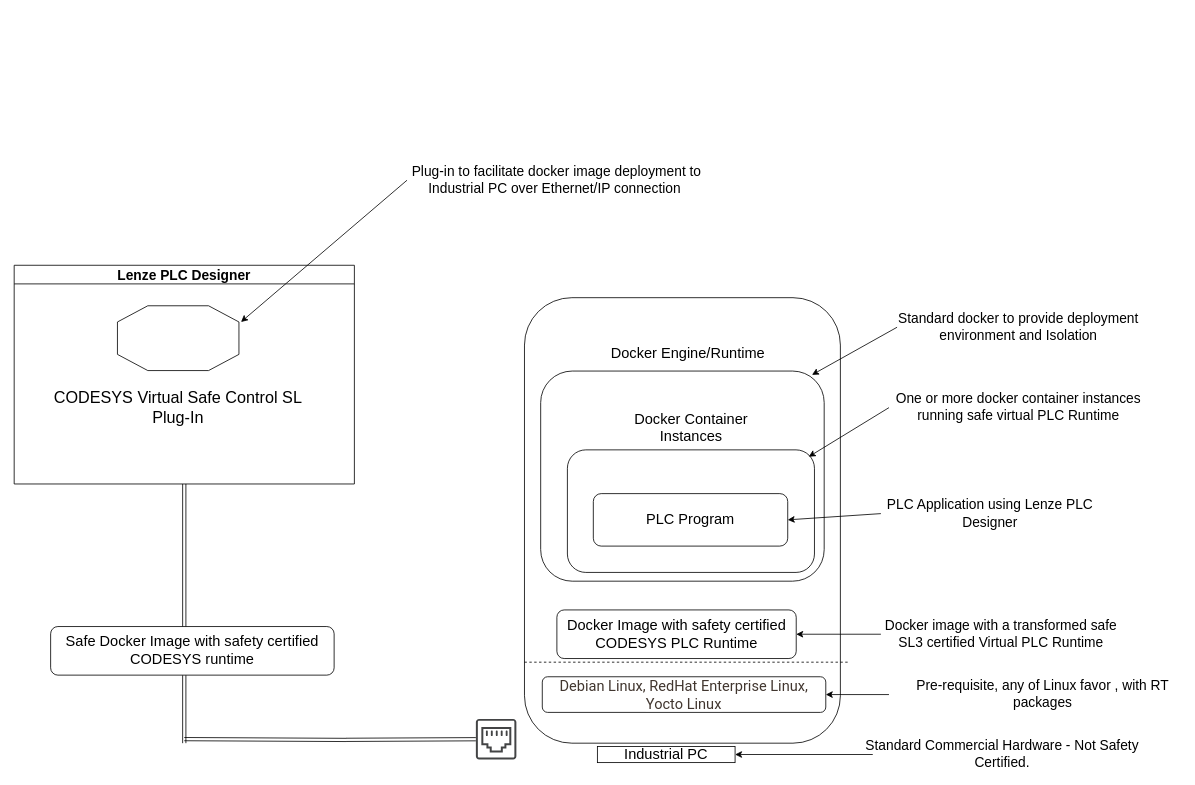
praful-hunde/Diagrams keeps this draw.io diagram as CODESYS Virtual Safe Control SL.drawio. Above is the earlier version. Source tidied: cells renumbered, new cells numbered last; positions are measured from the earlier drawing's top-left corner, leaving out a move shared by most shapes. Both pictures are drawn from the tidied source at 81%, with x=0, y=0 at pixel (14, 151).
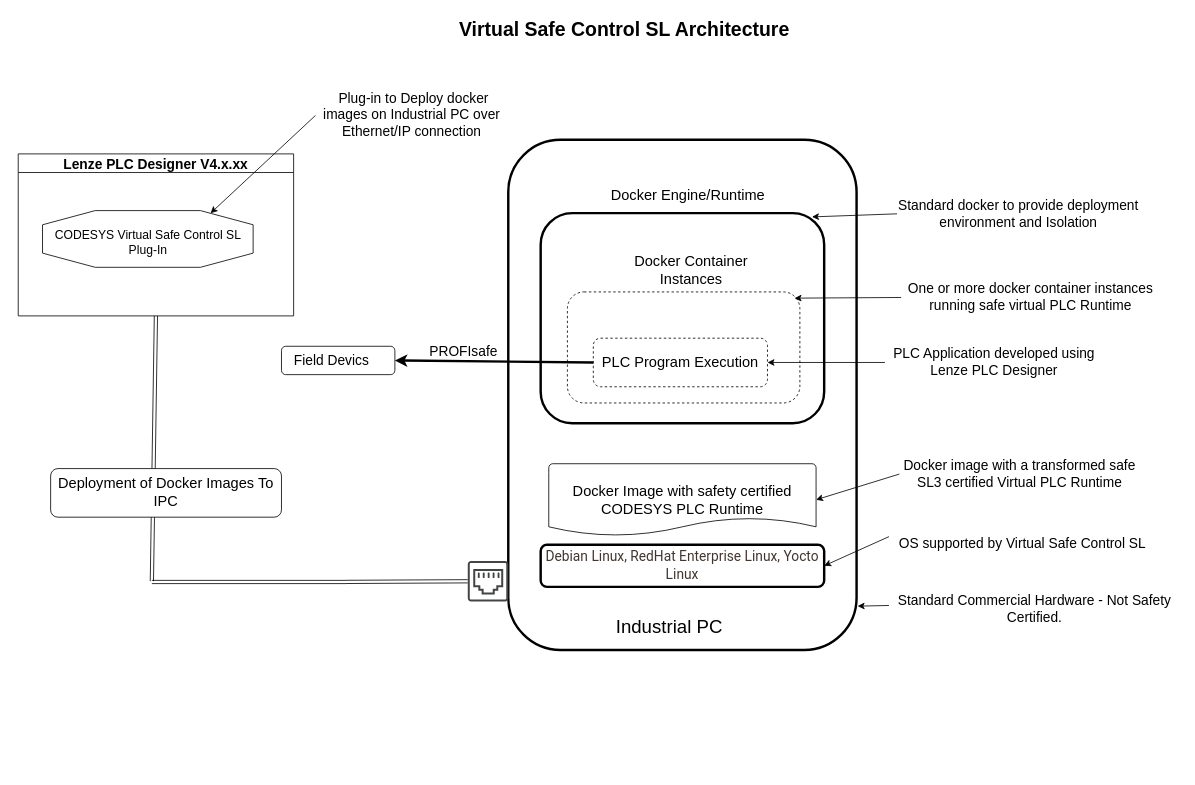
Above is the later version.

Diff of the diagram source:
```diff
@@
-<mxGraphModel>
+<mxGraphModel background="#ffffff">
@@
-    <mxCell id="2" style="rounded=1;whiteSpace=wrap;html=1;" parent="1" vertex="1">
-      <mxGeometry x="630" y="180" width="390" height="550" as="geometry" />
+    <mxCell id="2" style="rounded=1;whiteSpace=wrap;html=1;labelBackgroundColor=none;strokeWidth=3;strokeColor=light-dark(#000000,#0066CC);" parent="1" vertex="1">
+      <mxGeometry x="610" y="-15" width="430" height="630" as="geometry" />
     </mxCell>
-    <mxCell id="3" value="Lenze PLC Designer" style="swimlane;fontSize=17;" parent="1" vertex="1">
-      <mxGeometry y="140" width="420" height="270" as="geometry" />
+    <mxCell id="3" value="Lenze PLC Designer V4.x.xx" style="swimlane;fontSize=17;labelBackgroundColor=none;" parent="1" vertex="1">
+      <mxGeometry x="5" y="2.5" width="340" height="200" as="geometry" />
     </mxCell>
+    <mxCell id="36" style="group;labelBackgroundColor=none;" parent="3" vertex="1">
+      <mxGeometry x="30" y="70" width="260" height="70" as="geometry" />
+    </mxCell>
-    <mxCell id="4" value="&lt;h2 style=&quot;text-wrap-mode: wrap; box-sizing: border-box; font-family: Montserrat, sans-serif; line-height: 1.1; color: rgb(51, 51, 51); margin-top: 20px; margin-bottom: 10px; text-align: start; background-color: rgb(255, 255, 255);&quot;&gt;&lt;br&gt;&lt;/h2&gt;" style="verticalLabelPosition=bottom;verticalAlign=top;html=1;shape=mxgraph.basic.polygon;polyCoords=[[0.25,0],[0.75,0],[1,0.25],[1,0.75],[0.75,1],[0.25,1],[0,0.75],[0,0.25]];polyline=0;" parent="3" vertex="1">
-      <mxGeometry x="127.5" y="50" width="150" height="80" as="geometry" />
+    <mxCell id="4" value="&lt;h2 style=&quot;text-wrap-mode: wrap; box-sizing: border-box; font-family: Montserrat, sans-serif; line-height: 1.1; color: rgb(51, 51, 51); margin-top: 20px; margin-bottom: 10px; text-align: start; background-color: rgb(255, 255, 255);&quot;&gt;&lt;br&gt;&lt;/h2&gt;" style="verticalLabelPosition=bottom;verticalAlign=top;html=1;shape=mxgraph.basic.polygon;polyCoords=[[0.25,0],[0.75,0],[1,0.25],[1,0.75],[0.75,1],[0.25,1],[0,0.75],[0,0.25]];polyline=0;labelBackgroundColor=none;" parent="36" vertex="1">
+      <mxGeometry width="260" height="70" as="geometry" />
     </mxCell>
-    <mxCell id="5" value="CODESYS Virtual Safe Control SL Plug-In" style="text;html=1;align=center;verticalAlign=middle;whiteSpace=wrap;rounded=0;fontSize=20;" parent="3" vertex="1">
-      <mxGeometry x="45" y="150" width="315" height="50" as="geometry" />
+    <mxCell id="5" value="CODESYS Virtual Safe Control SL Plug-In" style="text;html=1;align=center;verticalAlign=middle;whiteSpace=wrap;rounded=0;fontSize=15;labelBackgroundColor=none;" parent="36" vertex="1">
+      <mxGeometry x="11.2" y="15.6" width="239.2" height="45.7" as="geometry" />
     </mxCell>
-    <mxCell id="6" value="Industrial PC" style="text;html=1;align=center;verticalAlign=middle;whiteSpace=wrap;rounded=0;fontSize=18;strokeColor=default;" parent="1" vertex="1">
-      <mxGeometry x="720" y="734" width="170" height="20" as="geometry" />
-    </mxCell>
-    <mxCell id="7" style="shape=link;html=1;rounded=0;exitX=0.5;exitY=1;exitDx=0;exitDy=0;" parent="1" edge="1" source="3">
+    <mxCell id="7" style="shape=link;html=1;rounded=0;exitX=0.5;exitY=1;exitDx=0;exitDy=0;labelBackgroundColor=none;fontColor=default;" parent="1" edge="1" source="3">
       <mxGeometry relative="1" as="geometry">
-        <mxPoint x="210" y="730" as="targetPoint" />
+        <mxPoint x="170" y="530" as="targetPoint" />
       </mxGeometry>
     </mxCell>
-    <mxCell id="8" style="shape=link;html=1;rounded=0;" parent="1" edge="1" target="9">
+    <mxCell id="8" style="shape=link;html=1;rounded=0;labelBackgroundColor=none;fontColor=default;" parent="1" edge="1" target="41">
       <mxGeometry relative="1" as="geometry">
-        <mxPoint x="409.8" y="725.9" as="sourcePoint" />
+        <mxPoint x="409.8" y="530.9" as="sourcePoint" />
       </mxGeometry>
     </mxCell>
-    <mxCell id="9" style="sketch=0;shadow=0;dashed=0;html=1;strokeColor=none;fillColor=#434445;labelPosition=center;verticalLabelPosition=bottom;verticalAlign=top;align=center;outlineConnect=0;shape=mxgraph.vvd.ethernet_port;" parent="1" vertex="1">
-      <mxGeometry x="570" y="700" width="50" height="50" as="geometry" />
-    </mxCell>
-    <mxCell id="10" style="edgeStyle=orthogonalEdgeStyle;rounded=0;orthogonalLoop=1;jettySize=auto;html=1;" parent="1" edge="1">
+    <mxCell id="10" style="edgeStyle=orthogonalEdgeStyle;rounded=0;orthogonalLoop=1;jettySize=auto;html=1;labelBackgroundColor=none;fontColor=default;" parent="1" edge="1">
       <mxGeometry relative="1" as="geometry">
-        <mxPoint x="830" y="330" as="sourcePoint" />
-        <mxPoint x="830" y="320" as="targetPoint" />
+        <mxPoint x="830" y="135" as="sourcePoint" />
+        <mxPoint x="830" y="125" as="targetPoint" />
       </mxGeometry>
     </mxCell>
-    <mxCell id="11" value="&lt;span style=&quot;color: rgb(65, 54, 47); font-family: Roboto, Helvetica, Arial, sans-serif; text-align: start; background-color: rgb(255, 255, 255);&quot;&gt;&lt;font style=&quot;font-size: 18px;&quot;&gt;Debian Linux, RedHat Enterprise Linux, Yocto Linux&lt;/font&gt;&lt;/span&gt;" style="rounded=1;whiteSpace=wrap;html=1;fontSize=14;" parent="1" vertex="1">
-      <mxGeometry x="652" y="648" width="350" height="44" as="geometry" />
+    <mxCell id="11" value="&lt;span style=&quot;color: rgb(65, 54, 47); font-family: Roboto, Helvetica, Arial, sans-serif; text-align: start; background-color: rgb(255, 255, 255);&quot;&gt;&lt;font&gt;Debian Linux, RedHat Enterprise Linux, Yocto Linux&lt;/font&gt;&lt;/span&gt;" style="rounded=1;whiteSpace=wrap;html=1;fontSize=17;strokeWidth=3;labelBackgroundColor=none;strokeColor=light-dark(#000000,#0066CC);" parent="1" vertex="1">
+      <mxGeometry x="650" y="485" width="350" height="52" as="geometry" />
     </mxCell>
-    <mxCell id="12" style="endArrow=none;dashed=1;html=1;rounded=0;exitX=0;exitY=0.75;exitDx=0;exitDy=0;entryX=1;entryY=0.75;entryDx=0;entryDy=0;" parent="1" edge="1">
-      <mxGeometry relative="1" as="geometry">
-        <mxPoint x="630" y="630" as="sourcePoint" />
-        <mxPoint x="1030" y="630" as="targetPoint" />
-      </mxGeometry>
-    </mxCell>
-    <mxCell id="13" value="&lt;font style=&quot;font-size: 18px;&quot;&gt;Safe Docker Image with safety certified CODESYS runtime&lt;/font&gt;" style="rounded=1;whiteSpace=wrap;html=1;fontSize=14;" parent="1" vertex="1">
-      <mxGeometry x="45" y="586" width="350" height="60" as="geometry" />
+    <mxCell id="13" value="&lt;font style=&quot;font-size: 18px;&quot;&gt;Deployment of Docker Images To IPC&lt;/font&gt;" style="rounded=1;whiteSpace=wrap;html=1;fontSize=14;labelBackgroundColor=none;" parent="1" vertex="1">
+      <mxGeometry x="45" y="391" width="285" height="60" as="geometry" />
     </mxCell>
-    <mxCell id="14" style="shape=link;html=1;rounded=0;" parent="1" edge="1">
+    <mxCell id="14" style="shape=link;html=1;rounded=0;labelBackgroundColor=none;fontColor=default;" parent="1" edge="1">
       <mxGeometry relative="1" as="geometry">
-        <mxPoint x="210" y="725" as="sourcePoint" />
-        <mxPoint x="410" y="726" as="targetPoint" />
+        <mxPoint x="170" y="531" as="sourcePoint" />
+        <mxPoint x="410" y="531" as="targetPoint" />
       </mxGeometry>
     </mxCell>
-    <mxCell id="15" style="endArrow=classic;html=1;rounded=0;entryX=1;entryY=0.5;entryDx=0;entryDy=0;" parent="1" edge="1" target="11">
+    <mxCell id="15" style="endArrow=classic;html=1;rounded=0;entryX=1;entryY=0.5;entryDx=0;entryDy=0;labelBackgroundColor=none;fontColor=default;" parent="1" edge="1" target="11">
       <mxGeometry relative="1" as="geometry">
-        <mxPoint x="1080" y="670" as="sourcePoint" />
+        <mxPoint x="1080" y="475" as="sourcePoint" />
       </mxGeometry>
     </mxCell>
-    <mxCell id="16" value="Pre-requisite, any of Linux favor , with RT packages" style="text;html=1;align=center;verticalAlign=middle;whiteSpace=wrap;rounded=0;fontSize=17;" parent="1" vertex="1">
-      <mxGeometry x="1100" y="650" width="340" height="40" as="geometry" />
+    <mxCell id="16" value="OS supported by Virtual Safe Control SL" style="text;html=1;align=center;verticalAlign=middle;whiteSpace=wrap;rounded=0;fontSize=17;labelBackgroundColor=none;" parent="1" vertex="1">
+      <mxGeometry x="1075" y="465" width="340" height="40" as="geometry" />
     </mxCell>
-    <mxCell id="17" value="Standard docker to provide deployment environment and Isolation" style="text;html=1;align=center;verticalAlign=middle;whiteSpace=wrap;rounded=0;fontSize=17;" parent="1" vertex="1">
-      <mxGeometry x="1090" y="195" width="300" height="43" as="geometry" />
+    <mxCell id="17" value="Standard docker to provide deployment environment and Isolation" style="text;html=1;align=center;verticalAlign=middle;whiteSpace=wrap;rounded=0;fontSize=17;labelBackgroundColor=none;" parent="1" vertex="1">
+      <mxGeometry x="1090" y="55" width="300" height="43" as="geometry" />
     </mxCell>
-    <mxCell id="18" style="endArrow=classic;html=1;rounded=0;entryX=0.957;entryY=0.018;entryDx=0;entryDy=0;exitX=0;exitY=0.5;exitDx=0;exitDy=0;entryPerimeter=0;" parent="1" edge="1" source="17" target="25">
+    <mxCell id="18" style="endArrow=classic;html=1;rounded=0;entryX=0.957;entryY=0.018;entryDx=0;entryDy=0;exitX=0;exitY=0.5;exitDx=0;exitDy=0;entryPerimeter=0;labelBackgroundColor=none;fontColor=default;" parent="1" edge="1" source="17" target="25">
       <mxGeometry relative="1" as="geometry" />
     </mxCell>
-    <mxCell id="19" value="PLC Application using Lenze PLC Designer" style="text;html=1;align=center;verticalAlign=middle;whiteSpace=wrap;rounded=0;fontSize=17;" parent="1" vertex="1">
-      <mxGeometry x="1070" y="426.6" width="270" height="40" as="geometry" />
+    <mxCell id="19" value="PLC Application developed using Lenze PLC Designer" style="text;html=1;align=center;verticalAlign=middle;whiteSpace=wrap;rounded=0;fontSize=17;labelBackgroundColor=none;" parent="1" vertex="1">
+      <mxGeometry x="1075" y="240" width="270" height="40" as="geometry" />
     </mxCell>
-    <mxCell id="20" value="&lt;font style=&quot;font-size: 18px;&quot;&gt;Docker Image with safety certified CODESYS PLC Runtime&lt;/font&gt;" style="rounded=1;whiteSpace=wrap;html=1;fontSize=14;" parent="1" vertex="1">
-      <mxGeometry x="670" y="565.5" width="295.5" height="60" as="geometry" />
-    </mxCell>
-    <mxCell id="21" value="One or more docker container instances running safe virtual PLC Runtime" style="text;html=1;align=center;verticalAlign=middle;whiteSpace=wrap;rounded=0;fontSize=17;" parent="1" vertex="1">
-      <mxGeometry x="1080" y="281" width="320" height="69.5" as="geometry" />
+    <mxCell id="21" value="One or more docker container instances running safe virtual PLC Runtime" style="text;html=1;align=center;verticalAlign=middle;whiteSpace=wrap;rounded=0;fontSize=17;labelBackgroundColor=none;" parent="1" vertex="1">
+      <mxGeometry x="1095" y="145" width="320" height="69.5" as="geometry" />
     </mxCell>
-    <mxCell id="22" style="endArrow=classic;html=1;rounded=0;entryX=1;entryY=0.5;entryDx=0;entryDy=0;exitX=0;exitY=0.5;exitDx=0;exitDy=0;" parent="1" edge="1" source="23" target="20">
+    <mxCell id="22" style="endArrow=classic;html=1;rounded=0;entryX=1;entryY=0.5;entryDx=0;entryDy=0;exitX=0;exitY=0.5;exitDx=0;exitDy=0;entryPerimeter=0;labelBackgroundColor=none;fontColor=default;" parent="1" edge="1" source="23" target="20">
       <mxGeometry relative="1" as="geometry" />
     </mxCell>
-    <mxCell id="23" value="Docker image with a transformed safe SL3 certified Virtual PLC Runtime" style="text;html=1;align=center;verticalAlign=middle;whiteSpace=wrap;rounded=0;fontSize=17;" parent="1" vertex="1">
-      <mxGeometry x="1070" y="575.5" width="297.2" height="40" as="geometry" />
+    <mxCell id="23" value="Docker image with a transformed safe SL3 certified Virtual PLC Runtime" style="text;html=1;align=center;verticalAlign=middle;whiteSpace=wrap;rounded=0;fontSize=17;labelBackgroundColor=none;" parent="1" vertex="1">
+      <mxGeometry x="1092.8" y="377.8" width="297.2" height="40" as="geometry" />
     </mxCell>
-    <mxCell id="24" style="group;" parent="1" vertex="1">
-      <mxGeometry x="670" y="195" width="350" height="335" as="geometry" />
+    <mxCell id="24" style="group;labelBackgroundColor=none;strokeWidth=3;" parent="1" vertex="1">
+      <mxGeometry x="670" width="350" height="335" as="geometry" />
     </mxCell>
-    <mxCell id="25" style="rounded=1;whiteSpace=wrap;html=1;fontSize=14;" parent="24" vertex="1">
+    <mxCell id="25" style="rounded=1;whiteSpace=wrap;html=1;fontSize=14;labelBackgroundColor=none;strokeColor=light-dark(#000000,#0066CC);strokeWidth=3;" parent="24" vertex="1">
       <mxGeometry x="-20" y="75.6" width="350" height="259.4" as="geometry" />
     </mxCell>
-    <mxCell id="26" style="rounded=1;whiteSpace=wrap;html=1;fontSize=14;" parent="24" vertex="1">
-      <mxGeometry x="13" y="172.9" width="305" height="151.3" as="geometry" />
+    <mxCell id="26" style="rounded=1;whiteSpace=wrap;html=1;fontSize=14;dashed=1;labelBackgroundColor=none;" parent="24" vertex="1">
+      <mxGeometry x="13" y="172.9" width="287" height="137.1" as="geometry" />
     </mxCell>
-    <mxCell id="27" value="&lt;font style=&quot;font-size: 18px;&quot;&gt;PLC Program&lt;/font&gt;" style="rounded=1;whiteSpace=wrap;html=1;fontSize=14;" parent="24" vertex="1">
-      <mxGeometry x="45" y="226.9" width="240" height="64.8" as="geometry" />
+    <mxCell id="27" value="&lt;font style=&quot;font-size: 18px;&quot;&gt;PLC Program Execution&lt;/font&gt;" style="rounded=1;whiteSpace=wrap;html=1;fontSize=14;dashed=1;labelBackgroundColor=none;" parent="24" vertex="1">
+      <mxGeometry x="45" y="230" width="215" height="60" as="geometry" />
     </mxCell>
-    <mxCell id="28" value="Docker Engine/Runtime" style="text;html=1;align=center;verticalAlign=middle;whiteSpace=wrap;rounded=0;fontSize=18;" parent="24" vertex="1">
+    <mxCell id="28" value="Docker Engine/Runtime" style="text;html=1;align=center;verticalAlign=middle;whiteSpace=wrap;rounded=0;fontSize=18;labelBackgroundColor=none;" parent="24" vertex="1">
       <mxGeometry x="52" y="32.4" width="220" height="43.2" as="geometry" />
     </mxCell>
-    <mxCell id="29" value="Docker Container Instances" style="text;html=1;align=center;verticalAlign=middle;whiteSpace=wrap;rounded=0;fontSize=18;" parent="24" vertex="1">
+    <mxCell id="29" value="Docker Container Instances" style="text;html=1;align=center;verticalAlign=middle;whiteSpace=wrap;rounded=0;fontSize=18;labelBackgroundColor=none;" parent="24" vertex="1">
       <mxGeometry x="55.5" y="118.9" width="220" height="54" as="geometry" />
     </mxCell>
-    <mxCell id="30" style="endArrow=classic;html=1;rounded=0;entryX=1;entryY=0.5;entryDx=0;entryDy=0;exitX=0;exitY=0.5;exitDx=0;exitDy=0;" parent="1" edge="1" source="19" target="27">
+    <mxCell id="30" style="endArrow=classic;html=1;rounded=0;entryX=1;entryY=0.5;entryDx=0;entryDy=0;exitX=0;exitY=0.5;exitDx=0;exitDy=0;labelBackgroundColor=none;fontColor=default;" parent="1" edge="1" source="19" target="27">
       <mxGeometry relative="1" as="geometry" />
     </mxCell>
-    <mxCell id="31" style="endArrow=classic;html=1;rounded=0;entryX=0.977;entryY=0.056;entryDx=0;entryDy=0;exitX=0;exitY=0.5;exitDx=0;exitDy=0;entryPerimeter=0;" parent="1" edge="1" source="21" target="26">
+    <mxCell id="31" style="endArrow=classic;html=1;rounded=0;entryX=0.977;entryY=0.056;entryDx=0;entryDy=0;exitX=0;exitY=0.5;exitDx=0;exitDy=0;entryPerimeter=0;labelBackgroundColor=none;fontColor=default;" parent="1" edge="1" source="21" target="26">
       <mxGeometry relative="1" as="geometry" />
     </mxCell>
-    <mxCell id="32" style="endArrow=classic;html=1;rounded=0;entryX=1;entryY=0.5;entryDx=0;entryDy=0;" parent="1" edge="1" target="6">
+    <mxCell id="32" style="endArrow=classic;html=1;rounded=0;entryX=1.003;entryY=0.914;entryDx=0;entryDy=0;labelBackgroundColor=none;fontColor=default;entryPerimeter=0;" parent="1" edge="1" target="2">
       <mxGeometry relative="1" as="geometry">
-        <mxPoint x="1060" y="744" as="sourcePoint" />
+        <mxPoint x="1080" y="560" as="sourcePoint" />
       </mxGeometry>
     </mxCell>
-    <mxCell id="33" value="Standard Commercial Hardware - Not Safety Certified." style="text;html=1;align=center;verticalAlign=middle;whiteSpace=wrap;rounded=0;fontSize=17;" parent="1" vertex="1">
-      <mxGeometry x="1050" y="724" width="340" height="40" as="geometry" />
+    <mxCell id="33" value="Standard Commercial Hardware - Not Safety Certified." style="text;html=1;align=center;verticalAlign=middle;whiteSpace=wrap;rounded=0;fontSize=17;labelBackgroundColor=none;" parent="1" vertex="1">
+      <mxGeometry x="1090" y="545" width="340" height="40" as="geometry" />
     </mxCell>
-    <mxCell id="34" value="&amp;nbsp;Plug-in to facilitate docker image deployment to Industrial PC over Ethernet/IP connection" style="text;html=1;align=center;verticalAlign=middle;whiteSpace=wrap;rounded=0;fontSize=17;" parent="1" vertex="1">
-      <mxGeometry x="485" width="365" height="70" as="geometry" />
+    <mxCell id="34" value="&amp;nbsp;Plug-in to Deploy docker images on Industrial PC over Ethernet/IP connection" style="text;html=1;align=center;verticalAlign=middle;whiteSpace=wrap;rounded=0;fontSize=17;labelBackgroundColor=none;" parent="1" vertex="1">
+      <mxGeometry x="372" y="-80" width="238" height="70" as="geometry" />
     </mxCell>
-    <mxCell id="35" style="endArrow=classic;html=1;rounded=0;entryX=1.017;entryY=0.25;entryDx=0;entryDy=0;exitX=0;exitY=0.5;exitDx=0;exitDy=0;entryPerimeter=0;" parent="1" edge="1" source="34" target="4">
+    <mxCell id="35" style="endArrow=classic;html=1;rounded=0;entryX=0.798;entryY=0.046;entryDx=0;entryDy=0;exitX=0;exitY=0.5;exitDx=0;exitDy=0;entryPerimeter=0;labelBackgroundColor=none;fontColor=default;" parent="1" edge="1" source="34" target="4">
       <mxGeometry relative="1" as="geometry" />
     </mxCell>
+    <mxCell id="37" style="rounded=1;whiteSpace=wrap;html=1;labelBackgroundColor=none;" parent="1" vertex="1">
+      <mxGeometry x="330" y="240" width="140" height="35" as="geometry" />
+    </mxCell>
+    <mxCell id="38" value="Field Devics" style="text;html=1;align=center;verticalAlign=middle;whiteSpace=wrap;rounded=0;fontSize=17;labelBackgroundColor=none;" parent="1" vertex="1">
+      <mxGeometry x="337" y="235" width="110" height="45" as="geometry" />
+    </mxCell>
+    <mxCell id="39" style="endArrow=classic;html=1;rounded=0;strokeWidth=3;exitX=0;exitY=0.5;exitDx=0;exitDy=0;entryX=1;entryY=0.5;entryDx=0;entryDy=0;labelBackgroundColor=none;fontColor=default;" parent="1" edge="1" source="27" target="37">
+      <mxGeometry relative="1" as="geometry" />
+    </mxCell>
+    <mxCell id="40" value="PROFIsafe" style="text;html=1;align=center;verticalAlign=middle;whiteSpace=wrap;rounded=0;fontSize=17;labelBackgroundColor=none;" parent="1" vertex="1">
+      <mxGeometry x="500" y="228" width="110" height="40" as="geometry" />
+    </mxCell>
+    <mxCell id="20" value="&lt;span style=&quot;font-size: 18px;&quot;&gt;Docker Image with safety certified CODESYS PLC Runtime&lt;/span&gt;" style="strokeWidth=1;html=1;shape=mxgraph.flowchart.document2;whiteSpace=wrap;size=0.25;labelBackgroundColor=none;strokeColor=light-dark(#000000,#808080);" parent="1" vertex="1">
+      <mxGeometry x="660" y="385" width="330" height="89" as="geometry" />
+    </mxCell>
+    <mxCell id="6" value="&#10;&lt;span style=&quot;font-family: Helvetica; font-style: normal; font-variant-ligatures: normal; font-variant-caps: normal; font-weight: 400; letter-spacing: normal; orphans: 2; text-align: center; text-indent: 0px; text-transform: none; widows: 2; word-spacing: 0px; -webkit-text-stroke-width: 0px; white-space: normal; text-decoration-thickness: initial; text-decoration-style: initial; text-decoration-color: initial; float: none; display: inline !important;&quot;&gt;Industrial PC&lt;/span&gt;&#10;&#10;" style="text;html=1;align=center;verticalAlign=middle;rounded=0;fontSize=23;labelBackgroundColor=none;strokeWidth=0;strokeColor=none;fontColor=default;labelBorderColor=none;whiteSpace=wrap;textShadow=0;" parent="1" vertex="1">
+      <mxGeometry x="714" y="575" width="190" height="50" as="geometry" />
+    </mxCell>
+    <mxCell id="41" style="sketch=0;shadow=0;dashed=0;html=1;strokeColor=none;fillColor=#434445;labelPosition=center;verticalLabelPosition=bottom;verticalAlign=top;align=center;outlineConnect=0;shape=mxgraph.vvd.ethernet_port;" parent="1" vertex="1">
+      <mxGeometry x="560" y="505" width="50" height="50" as="geometry" />
+    </mxCell>
+    <mxCell id="42" value="Virtual Safe Control SL Architecture" style="text;strokeColor=none;fillColor=none;html=1;fontSize=24;fontStyle=1;verticalAlign=middle;align=center;" parent="1" vertex="1">
+      <mxGeometry x="540" y="-170" width="426" height="40" as="geometry" />
+    </mxCell>
```
